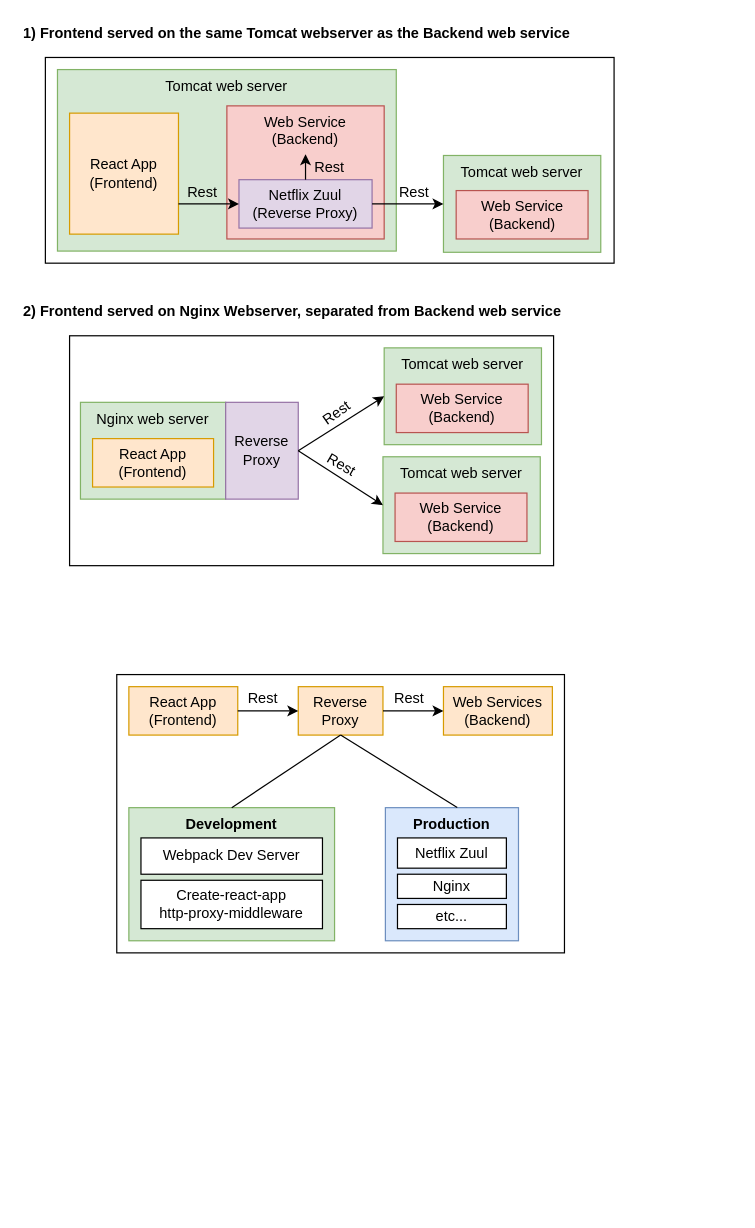
Before: doc/drawio/Frontend_design.drawio in awarenessxz/java-web-app, a draw.io diagram. Source tidied: cells renumbered, new cells numbered last; positions are measured from the earlier drawing's top-left corner, leaving out a move shared by most shapes. Both pictures are drawn from the tidied source at 121%, with x=0, y=0 at pixel (21, 21).
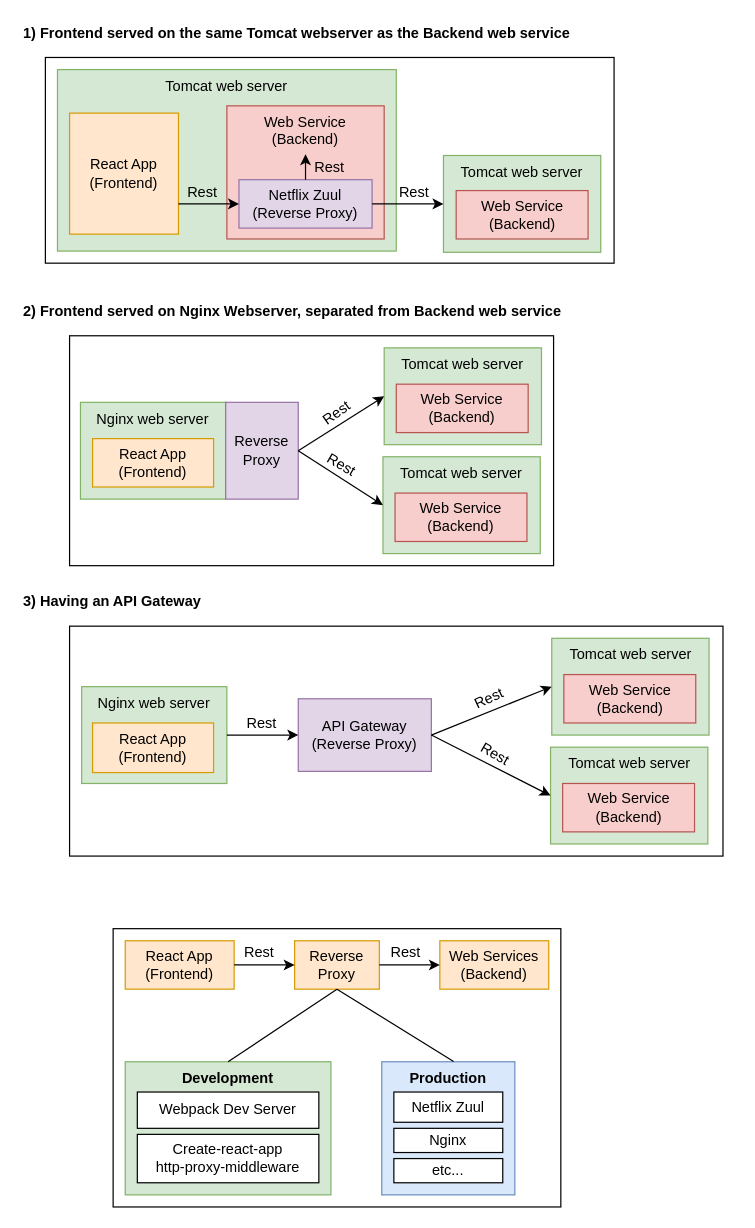
The same diagram, later.

Diff of the diagram source:
```diff
@@
     <mxCell id="6" style="rounded=0;whiteSpace=wrap;html=1;align=center;" parent="1" vertex="1">
-      <mxGeometry x="79" y="540" width="370" height="230" as="geometry" />
+      <mxGeometry x="76" y="750" width="370" height="230" as="geometry" />
     </mxCell>
@@
     <mxCell id="9" value="React App&lt;br&gt;(Frontend)" style="rounded=0;whiteSpace=wrap;html=1;align=center;fillColor=#ffe6cc;strokeColor=#d79b00;" parent="1" vertex="1">
-      <mxGeometry x="89" y="550" width="90" height="40" as="geometry" />
+      <mxGeometry x="86" y="760" width="90" height="40" as="geometry" />
     </mxCell>
     <mxCell id="10" value="&lt;div&gt;Web Services&lt;/div&gt;&lt;div&gt;(Backend)&lt;br&gt;&lt;/div&gt;" style="rounded=0;whiteSpace=wrap;html=1;align=center;fillColor=#ffe6cc;strokeColor=#d79b00;" parent="1" vertex="1">
-      <mxGeometry x="349" y="550" width="90" height="40" as="geometry" />
+      <mxGeometry x="346" y="760" width="90" height="40" as="geometry" />
     </mxCell>
     <mxCell id="11" value="&lt;div&gt;Reverse &lt;br&gt;&lt;/div&gt;&lt;div&gt;Proxy&lt;/div&gt; " style="rounded=0;whiteSpace=wrap;html=1;align=center;fillColor=#ffe6cc;strokeColor=#d79b00;" parent="1" vertex="1">
-      <mxGeometry x="229" y="550" width="70" height="40" as="geometry" />
+      <mxGeometry x="226" y="760" width="70" height="40" as="geometry" />
     </mxCell>
@@
     <mxCell id="14" value="Rest" style="text;html=1;strokeColor=none;fillColor=none;align=center;verticalAlign=middle;whiteSpace=wrap;rounded=0;" parent="1" vertex="1">
-      <mxGeometry x="180" y="550" width="40" height="20" as="geometry" />
+      <mxGeometry x="177" y="760" width="40" height="20" as="geometry" />
     </mxCell>
     <mxCell id="15" value="Rest" style="text;html=1;strokeColor=none;fillColor=none;align=center;verticalAlign=middle;whiteSpace=wrap;rounded=0;" parent="1" vertex="1">
-      <mxGeometry x="301" y="550" width="40" height="20" as="geometry" />
+      <mxGeometry x="298" y="760" width="40" height="20" as="geometry" />
     </mxCell>
     <mxCell id="16" value="&lt;b&gt;Development&lt;/b&gt;" style="rounded=0;whiteSpace=wrap;html=1;align=center;verticalAlign=top;fillColor=#d5e8d4;strokeColor=#82b366;" parent="1" vertex="1">
-      <mxGeometry x="89" y="650" width="170" height="110" as="geometry" />
+      <mxGeometry x="86" y="860" width="170" height="110" as="geometry" />
     </mxCell>
     <mxCell id="17" value="&lt;div&gt;Webpack Dev Server&lt;/div&gt;" style="rounded=0;whiteSpace=wrap;html=1;align=center;" parent="1" vertex="1">
-      <mxGeometry x="99" y="675" width="150" height="30" as="geometry" />
+      <mxGeometry x="96" y="885" width="150" height="30" as="geometry" />
     </mxCell>
     <mxCell id="18" value="&lt;div&gt;Create-react-app&lt;br&gt;&lt;/div&gt;&lt;div&gt;http-proxy-middleware&lt;/div&gt;" style="rounded=0;whiteSpace=wrap;html=1;align=center;" parent="1" vertex="1">
-      <mxGeometry x="99" y="710" width="150" height="40" as="geometry" />
+      <mxGeometry x="96" y="920" width="150" height="40" as="geometry" />
     </mxCell>
     <mxCell id="19" value="&lt;b&gt;Production&lt;/b&gt;" style="rounded=0;whiteSpace=wrap;html=1;align=center;verticalAlign=top;fillColor=#dae8fc;strokeColor=#6c8ebf;" parent="1" vertex="1">
-      <mxGeometry x="301" y="650" width="110" height="110" as="geometry" />
+      <mxGeometry x="298" y="860" width="110" height="110" as="geometry" />
     </mxCell>
     <mxCell id="20" value="Netflix Zuul" style="rounded=0;whiteSpace=wrap;html=1;align=center;" parent="1" vertex="1">
-      <mxGeometry x="311" y="675" width="90" height="25" as="geometry" />
+      <mxGeometry x="308" y="885" width="90" height="25" as="geometry" />
     </mxCell>
     <mxCell id="21" value="Nginx" style="rounded=0;whiteSpace=wrap;html=1;align=center;" parent="1" vertex="1">
-      <mxGeometry x="311" y="705" width="90" height="20" as="geometry" />
+      <mxGeometry x="308" y="915" width="90" height="20" as="geometry" />
     </mxCell>
@@
     <mxCell id="24" value="etc..." style="rounded=0;whiteSpace=wrap;html=1;align=center;" parent="1" vertex="1">
-      <mxGeometry x="311" y="730" width="90" height="20" as="geometry" />
+      <mxGeometry x="308" y="940" width="90" height="20" as="geometry" />
     </mxCell>
@@
+    <mxCell id="46" value="3) Having an API Gateway" style="text;html=1;strokeColor=none;fillColor=none;align=left;verticalAlign=middle;whiteSpace=wrap;rounded=0;fontStyle=1;" parent="1" vertex="1">
+      <mxGeometry y="470" width="590" height="20" as="geometry" />
+    </mxCell>
+    <mxCell id="47" style="rounded=0;whiteSpace=wrap;html=1;" parent="1" vertex="1">
+      <mxGeometry x="40" y="500" width="540" height="190" as="geometry" />
+    </mxCell>
+    <mxCell id="48" value="Nginx web server" style="rounded=0;whiteSpace=wrap;html=1;fillColor=#d5e8d4;align=center;verticalAlign=top;strokeColor=#82b366;" parent="1" vertex="1">
+      <mxGeometry x="50" y="550" width="120" height="80" as="geometry" />
+    </mxCell>
+    <mxCell id="49" value="React App&lt;br&gt;(Frontend)" style="rounded=0;whiteSpace=wrap;html=1;align=center;fillColor=#ffe6cc;strokeColor=#d79b00;" parent="1" vertex="1">
+      <mxGeometry x="59" y="580" width="100" height="41" as="geometry" />
+    </mxCell>
+    <mxCell id="50" value="Tomcat web server" style="rounded=0;whiteSpace=wrap;html=1;fillColor=#d5e8d4;align=center;verticalAlign=top;strokeColor=#82b366;" parent="1" vertex="1">
+      <mxGeometry x="438.5" y="510" width="130" height="80" as="geometry" />
+    </mxCell>
+    <mxCell id="51" value="&lt;div&gt;Web Service&lt;/div&gt;&lt;div&gt;(Backend)&lt;br&gt;&lt;/div&gt;" style="rounded=0;whiteSpace=wrap;html=1;align=center;fillColor=#f8cecc;strokeColor=#b85450;" parent="1" vertex="1">
+      <mxGeometry x="448.5" y="540" width="109" height="40" as="geometry" />
+    </mxCell>
+    <mxCell id="52" value="API Gateway&lt;div&gt;(Reverse Proxy)&lt;br&gt;&lt;/div&gt;" style="rounded=0;whiteSpace=wrap;html=1;fillColor=#e1d5e7;align=center;strokeColor=#9673a6;" parent="1" vertex="1">
+      <mxGeometry x="229" y="560" width="110" height="60" as="geometry" />
+    </mxCell>
+    <mxCell id="53" style="endArrow=classic;html=1;exitX=1;exitY=0.5;exitDx=0;exitDy=0;entryX=0;entryY=0.5;entryDx=0;entryDy=0;" parent="1" edge="1" source="52" target="50">
+      <mxGeometry relative="1" as="geometry" />
+    </mxCell>
+    <mxCell id="54" value="Rest" style="text;html=1;strokeColor=none;fillColor=none;align=center;verticalAlign=middle;whiteSpace=wrap;rounded=0;rotation=-25;" parent="1" vertex="1">
+      <mxGeometry x="367" y="550" width="40" height="20" as="geometry" />
+    </mxCell>
+    <mxCell id="55" value="Tomcat web server" style="rounded=0;whiteSpace=wrap;html=1;fillColor=#d5e8d4;align=center;verticalAlign=top;strokeColor=#82b366;" parent="1" vertex="1">
+      <mxGeometry x="437.5" y="600" width="130" height="80" as="geometry" />
+    </mxCell>
+    <mxCell id="56" value="&lt;div&gt;Web Service&lt;/div&gt;&lt;div&gt;(Backend)&lt;br&gt;&lt;/div&gt;" style="rounded=0;whiteSpace=wrap;html=1;align=center;fillColor=#f8cecc;strokeColor=#b85450;" parent="1" vertex="1">
+      <mxGeometry x="447.5" y="630" width="109" height="40" as="geometry" />
+    </mxCell>
+    <mxCell id="57" style="endArrow=classic;html=1;exitX=1;exitY=0.5;exitDx=0;exitDy=0;entryX=0;entryY=0.5;entryDx=0;entryDy=0;" parent="1" edge="1" source="52" target="55">
+      <mxGeometry relative="1" as="geometry" />
+    </mxCell>
+    <mxCell id="58" value="Rest" style="text;html=1;strokeColor=none;fillColor=none;align=center;verticalAlign=middle;whiteSpace=wrap;rounded=0;rotation=30;" parent="1" vertex="1">
+      <mxGeometry x="372" y="596" width="40" height="20" as="geometry" />
+    </mxCell>
+    <mxCell id="59" style="endArrow=classic;html=1;entryX=0;entryY=0.5;entryDx=0;entryDy=0;exitX=1;exitY=0.5;exitDx=0;exitDy=0;" parent="1" edge="1" source="48" target="52">
+      <mxGeometry relative="1" as="geometry" />
+    </mxCell>
+    <mxCell id="60" value="Rest" style="text;html=1;strokeColor=none;fillColor=none;align=center;verticalAlign=middle;whiteSpace=wrap;rounded=0;rotation=0;" parent="1" vertex="1">
+      <mxGeometry x="179" y="571" width="40" height="20" as="geometry" />
+    </mxCell>
```
